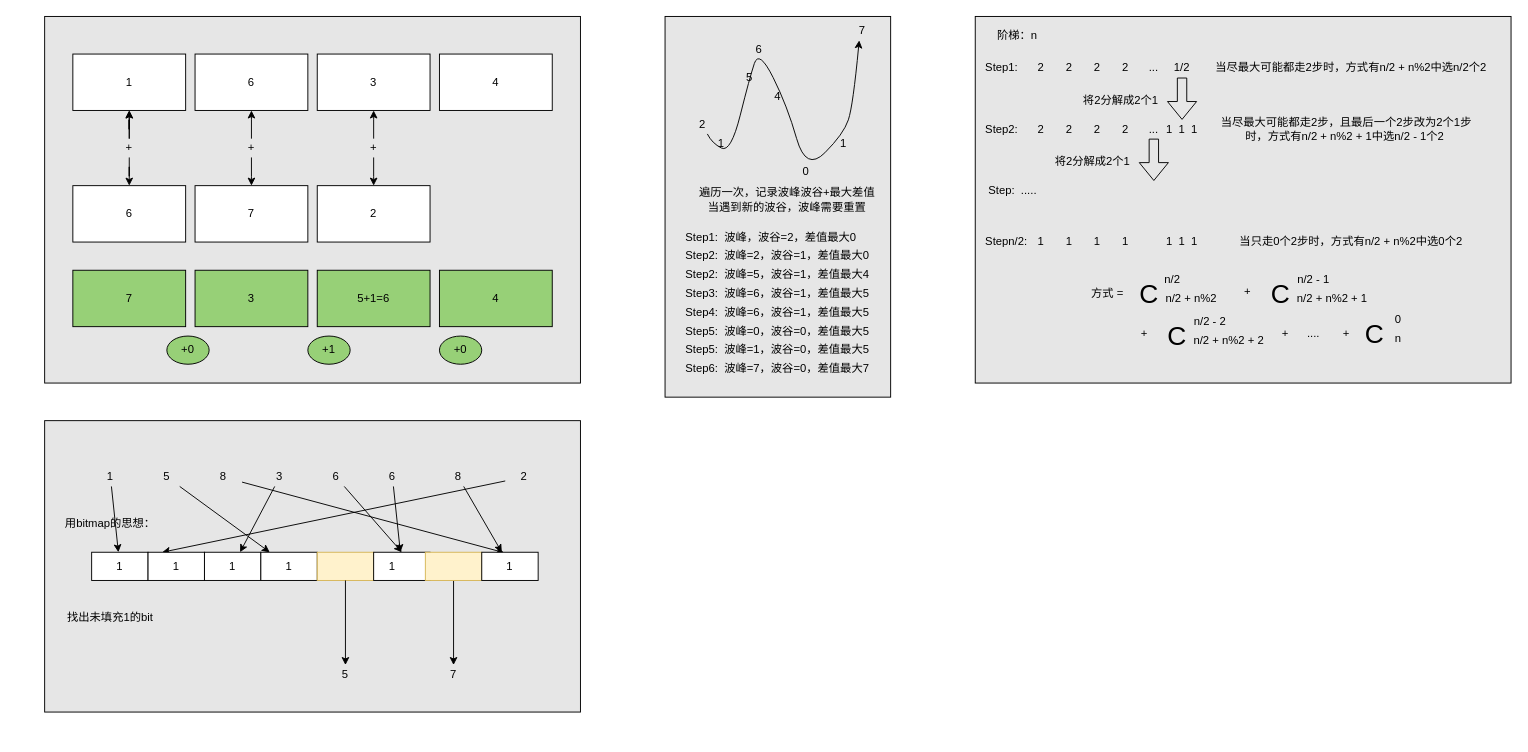
luodongseu/diagrams keeps this draw.io diagram as algorithm.drawio. Above is the earlier version. Source tidied: cells renumbered, new cells numbered last; positions are measured from the earlier drawing's top-left corner, leaving out a move shared by most shapes. Both pictures are drawn from the tidied source at 94%, with x=0, y=0 at pixel (16, 16).
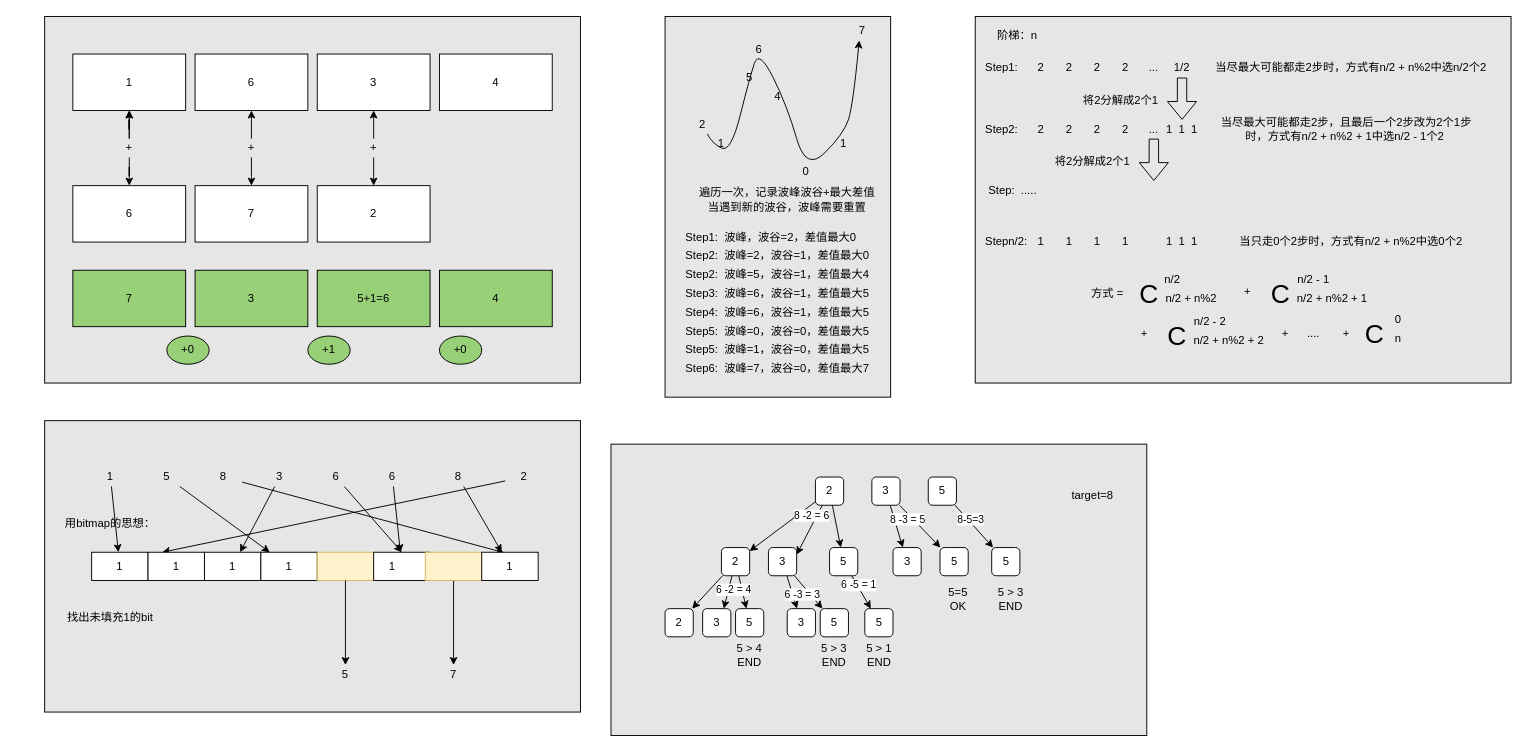
The same page after the edit.

Change to the diagram source:
```diff
@@
+    <mxCell id="131" style="rounded=0;whiteSpace=wrap;html=1;fillColor=#E6E6E6;" parent="1" vertex="1">
+      <mxGeometry x="632.5" y="455" width="570" height="310" as="geometry" />
+    </mxCell>
+    <mxCell id="132" style="edgeStyle=none;rounded=0;jettySize=auto;html=1;entryX=1;entryY=0.25;entryDx=0;entryDy=0;" parent="1" edge="1" source="134" target="147">
+      <mxGeometry relative="1" as="geometry" />
+    </mxCell>
+    <mxCell id="133" style="edgeStyle=none;rounded=0;jettySize=auto;html=1;" parent="1" edge="1" source="134" target="149">
+      <mxGeometry relative="1" as="geometry" />
+    </mxCell>
+    <mxCell id="134" value="2" style="rounded=1;whiteSpace=wrap;html=1;" parent="1" vertex="1">
+      <mxGeometry x="850" y="490" width="30" height="30" as="geometry" />
+    </mxCell>
+    <mxCell id="135" style="edgeStyle=none;rounded=0;jettySize=auto;html=1;" parent="1" edge="1" source="137" target="150">
+      <mxGeometry relative="1" as="geometry" />
+    </mxCell>
+    <mxCell id="136" style="edgeStyle=none;rounded=0;jettySize=auto;html=1;" parent="1" edge="1" source="137" target="151">
+      <mxGeometry relative="1" as="geometry" />
+    </mxCell>
+    <mxCell id="137" value="3" style="rounded=1;whiteSpace=wrap;html=1;" parent="1" vertex="1">
+      <mxGeometry x="910" y="490" width="30" height="30" as="geometry" />
+    </mxCell>
+    <mxCell id="138" style="edgeStyle=none;rounded=0;jettySize=auto;html=1;" parent="1" edge="1" source="139" target="152">
+      <mxGeometry relative="1" as="geometry" />
+    </mxCell>
+    <mxCell id="139" value="5" style="rounded=1;whiteSpace=wrap;html=1;" parent="1" vertex="1">
+      <mxGeometry x="970" y="490" width="30" height="30" as="geometry" />
+    </mxCell>
+    <mxCell id="140" value="target=8" style="text;html=1;strokeColor=none;fillColor=none;align=center;verticalAlign=middle;whiteSpace=wrap;rounded=0;" parent="1" vertex="1">
+      <mxGeometry x="1095" y="500" width="100" height="20" as="geometry" />
+    </mxCell>
+    <mxCell id="141" style="edgeStyle=none;rounded=0;jettySize=auto;html=1;" parent="1" edge="1" source="144" target="159">
+      <mxGeometry relative="1" as="geometry" />
+    </mxCell>
+    <mxCell id="142" style="edgeStyle=none;rounded=0;jettySize=auto;html=1;entryX=0.75;entryY=0;entryDx=0;entryDy=0;" parent="1" edge="1" source="144" target="160">
+      <mxGeometry relative="1" as="geometry" />
+    </mxCell>
+    <mxCell id="143" style="edgeStyle=none;rounded=0;jettySize=auto;html=1;" parent="1" edge="1" source="144" target="161">
+      <mxGeometry relative="1" as="geometry" />
+    </mxCell>
+    <mxCell id="144" value="2" style="rounded=1;whiteSpace=wrap;html=1;" parent="1" vertex="1">
+      <mxGeometry x="750" y="565" width="30" height="30" as="geometry" />
+    </mxCell>
+    <mxCell id="145" style="edgeStyle=none;rounded=0;jettySize=auto;html=1;" parent="1" edge="1" source="147" target="163">
+      <mxGeometry relative="1" as="geometry" />
+    </mxCell>
+    <mxCell id="146" style="edgeStyle=none;rounded=0;jettySize=auto;html=1;" parent="1" edge="1" source="147" target="164">
+      <mxGeometry relative="1" as="geometry" />
+    </mxCell>
+    <mxCell id="147" value="3" style="rounded=1;whiteSpace=wrap;html=1;" parent="1" vertex="1">
+      <mxGeometry x="800" y="565" width="30" height="30" as="geometry" />
+    </mxCell>
+    <mxCell id="148" style="edgeStyle=none;rounded=0;jettySize=auto;html=1;" parent="1" edge="1" source="149" target="165">
+      <mxGeometry relative="1" as="geometry" />
+    </mxCell>
+    <mxCell id="149" value="5" style="rounded=1;whiteSpace=wrap;html=1;" parent="1" vertex="1">
+      <mxGeometry x="865" y="565" width="30" height="30" as="geometry" />
+    </mxCell>
+    <mxCell id="150" value="3" style="rounded=1;whiteSpace=wrap;html=1;" parent="1" vertex="1">
+      <mxGeometry x="932.5" y="565" width="30" height="30" as="geometry" />
+    </mxCell>
+    <mxCell id="151" value="5" style="rounded=1;whiteSpace=wrap;html=1;" parent="1" vertex="1">
+      <mxGeometry x="982.5" y="565" width="30" height="30" as="geometry" />
+    </mxCell>
+    <mxCell id="152" value="5" style="rounded=1;whiteSpace=wrap;html=1;" parent="1" vertex="1">
+      <mxGeometry x="1037.5" y="565" width="30" height="30" as="geometry" />
+    </mxCell>
+    <mxCell id="153" value="8 -3 = 5" style="edgeLabel;html=1;align=center;verticalAlign=middle;" parent="1" vertex="1">
+      <mxGeometry x="880" y="530" as="geometry">
+        <mxPoint x="67" y="4" as="offset" />
+      </mxGeometry>
+    </mxCell>
+    <mxCell id="154" value="8-5=3" style="edgeLabel;html=1;align=center;verticalAlign=middle;" parent="1" vertex="1">
+      <mxGeometry x="947.5" y="530" as="geometry">
+        <mxPoint x="67" y="4" as="offset" />
+      </mxGeometry>
+    </mxCell>
+    <mxCell id="155" style="rounded=0;jettySize=auto;html=1;" parent="1" edge="1" source="134" target="144">
+      <mxGeometry relative="1" as="geometry" />
+    </mxCell>
+    <mxCell id="156" value="8 -2 = 6" style="edgeLabel;html=1;align=center;verticalAlign=middle;" parent="155" vertex="1">
+      <mxGeometry x="-0.31" y="-1" relative="1" as="geometry">
+        <mxPoint x="20.1" y="-3.2" as="offset" />
+      </mxGeometry>
+    </mxCell>
+    <mxCell id="157" value="5 &amp;gt; 3 END" style="text;html=1;strokeColor=none;fillColor=none;align=center;verticalAlign=middle;whiteSpace=wrap;rounded=0;" parent="1" vertex="1">
+      <mxGeometry x="1037.5" y="610" width="40" height="20" as="geometry" />
+    </mxCell>
+    <mxCell id="158" value="5=5&lt;br&gt;OK" style="text;html=1;strokeColor=none;fillColor=none;align=center;verticalAlign=middle;whiteSpace=wrap;rounded=0;" parent="1" vertex="1">
+      <mxGeometry x="982" y="610" width="40" height="20" as="geometry" />
+    </mxCell>
+    <mxCell id="159" value="2" style="rounded=1;whiteSpace=wrap;html=1;" parent="1" vertex="1">
+      <mxGeometry x="690" y="630" width="30" height="30" as="geometry" />
+    </mxCell>
+    <mxCell id="160" value="3" style="rounded=1;whiteSpace=wrap;html=1;" parent="1" vertex="1">
+      <mxGeometry x="730" y="630" width="30" height="30" as="geometry" />
+    </mxCell>
+    <mxCell id="161" value="5" style="rounded=1;whiteSpace=wrap;html=1;" parent="1" vertex="1">
+      <mxGeometry x="765" y="630" width="30" height="30" as="geometry" />
+    </mxCell>
+    <mxCell id="162" value="6 -2 = 4" style="edgeLabel;html=1;align=center;verticalAlign=middle;" parent="1" vertex="1">
+      <mxGeometry x="855.1" y="540.5" as="geometry">
+        <mxPoint x="-93" y="69" as="offset" />
+      </mxGeometry>
+    </mxCell>
+    <mxCell id="163" value="3" style="rounded=1;whiteSpace=wrap;html=1;" parent="1" vertex="1">
+      <mxGeometry x="820" y="630" width="30" height="30" as="geometry" />
+    </mxCell>
+    <mxCell id="164" value="5" style="rounded=1;whiteSpace=wrap;html=1;" parent="1" vertex="1">
+      <mxGeometry x="855.1" y="630" width="30" height="30" as="geometry" />
+    </mxCell>
+    <mxCell id="165" value="5" style="rounded=1;whiteSpace=wrap;html=1;" parent="1" vertex="1">
+      <mxGeometry x="902.5" y="630" width="30" height="30" as="geometry" />
+    </mxCell>
+    <mxCell id="166" value="6 -3 = 3" style="edgeLabel;html=1;align=center;verticalAlign=middle;" parent="1" vertex="1">
+      <mxGeometry x="835" y="620" as="geometry">
+        <mxPoint y="-6" as="offset" />
+      </mxGeometry>
+    </mxCell>
+    <mxCell id="167" value="6 -5 = 1" style="edgeLabel;html=1;align=center;verticalAlign=middle;" parent="1" vertex="1">
+      <mxGeometry x="895" y="610" as="geometry">
+        <mxPoint y="-6" as="offset" />
+      </mxGeometry>
+    </mxCell>
+    <mxCell id="168" value="5 &amp;gt; 4 END" style="text;html=1;strokeColor=none;fillColor=none;align=center;verticalAlign=middle;whiteSpace=wrap;rounded=0;" parent="1" vertex="1">
+      <mxGeometry x="760" y="670" width="40" height="20" as="geometry" />
+    </mxCell>
+    <mxCell id="169" value="5 &amp;gt; 3 END" style="text;html=1;strokeColor=none;fillColor=none;align=center;verticalAlign=middle;whiteSpace=wrap;rounded=0;" parent="1" vertex="1">
+      <mxGeometry x="850.1" y="670" width="40" height="20" as="geometry" />
+    </mxCell>
+    <mxCell id="170" value="5 &amp;gt; 1 END" style="text;html=1;strokeColor=none;fillColor=none;align=center;verticalAlign=middle;whiteSpace=wrap;rounded=0;" parent="1" vertex="1">
+      <mxGeometry x="897.5" y="670" width="40" height="20" as="geometry" />
+    </mxCell>
```
